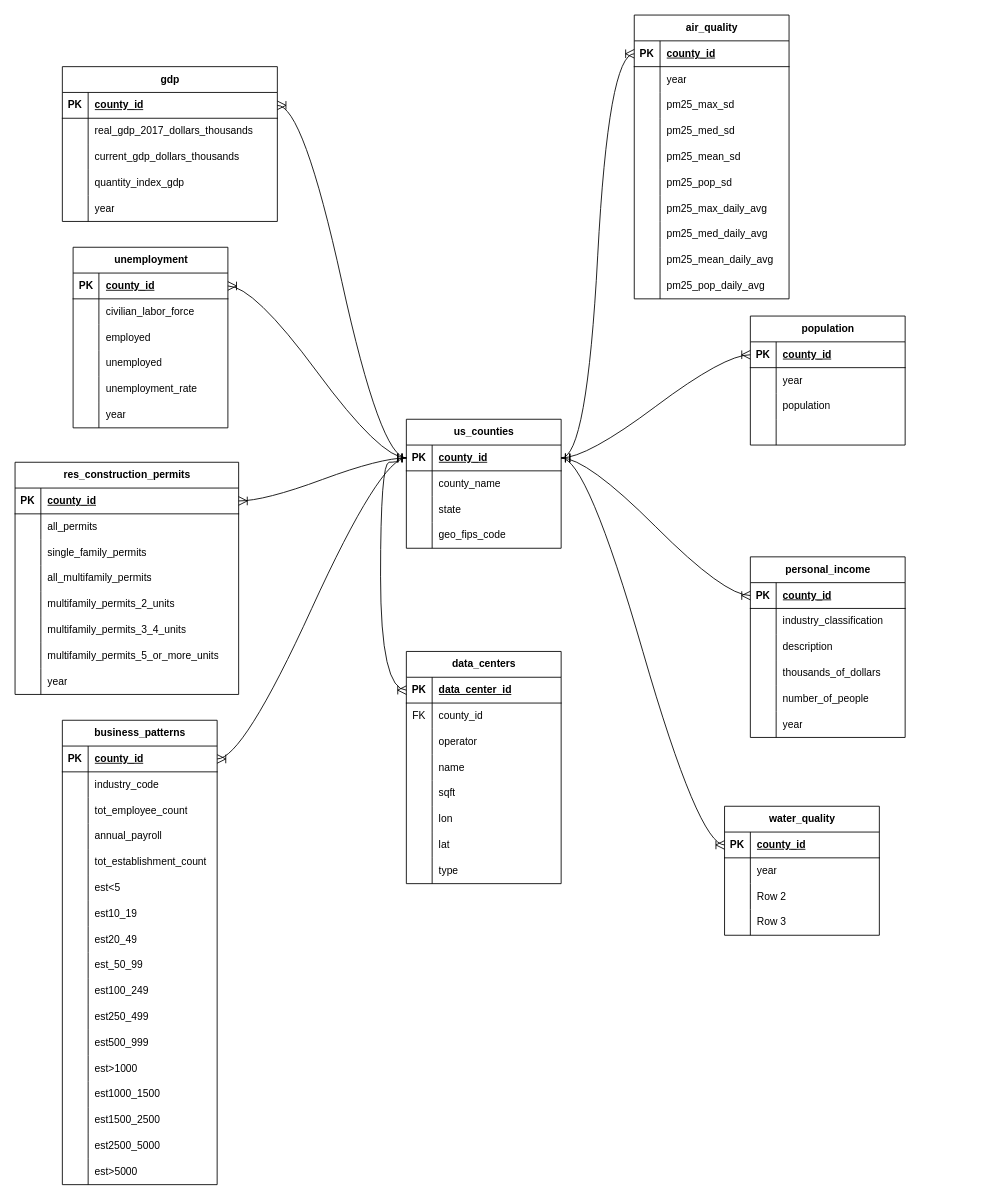
This is db_documentation/capstone_db_erd.drawio from LoganRosell/local-economic-impact-of-data-centers-workbook, a draw.io file, before an edit. Source tidied: cells renumbered, new cells numbered last; positions are measured from the earlier drawing's top-left corner, leaving out a move shared by most shapes. Both pictures are drawn from the tidied source at 86%, with x=0, y=0 at pixel (15, 15).
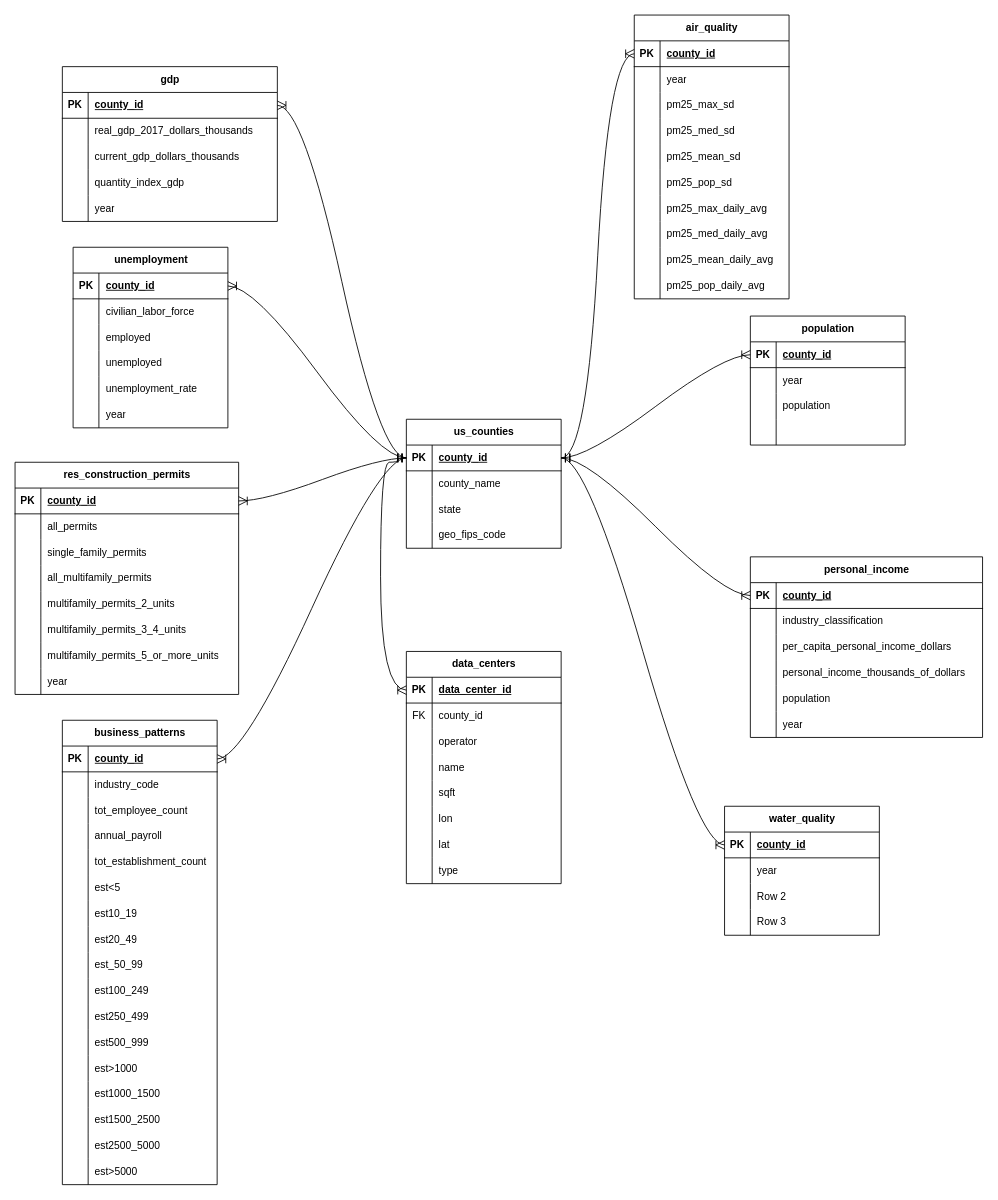
The same diagram, later.

Commit message:
chore: update personal_income table in ERD

What changed in the source:
```diff
@@
     <mxCell id="28" value="personal_income" style="shape=table;startSize=30;childLayout=tableLayout;rowLines=0;fontStyle=1;align=center;html=1;" parent="1" vertex="1">
-      <mxGeometry x="855" y="630" width="180" height="210" as="geometry" />
+      <mxGeometry x="855" y="630" width="270" height="210" as="geometry" />
     </mxCell>
     <mxCell id="29" style="shape=tableRow;horizontal=0;startSize=0;swimlaneHead=0;swimlaneBody=0;fillColor=none;points=[[0,0.5],[1,0.5]];portConstraint=eastwest;top=0;left=0;right=0;bottom=1;" parent="28" vertex="1">
-      <mxGeometry y="30" width="180" height="30" as="geometry" />
+      <mxGeometry y="30" width="270" height="30" as="geometry" />
     </mxCell>
@@
     <mxCell id="31" value="county_id" style="shape=partialRectangle;fillColor=none;top=0;left=0;bottom=0;right=0;align=left;spacingLeft=6;fontStyle=5;overflow=hidden;whiteSpace=wrap;html=1;" parent="29" vertex="1">
-      <mxGeometry x="30" width="150" height="30" as="geometry" />
+      <mxGeometry x="30" width="240" height="30" as="geometry" />
     </mxCell>
     <mxCell id="32" style="shape=tableRow;horizontal=0;startSize=0;swimlaneHead=0;swimlaneBody=0;fillColor=none;top=0;left=0;right=0;bottom=0;" parent="28" vertex="1">
-      <mxGeometry y="60" width="180" height="30" as="geometry" />
+      <mxGeometry y="60" width="270" height="30" as="geometry" />
     </mxCell>
@@
     <mxCell id="34" value="industry_classification" style="shape=partialRectangle;fillColor=none;top=0;left=0;bottom=0;right=0;align=left;spacingLeft=6;overflow=hidden;whiteSpace=wrap;html=1;" parent="32" vertex="1">
-      <mxGeometry x="30" width="150" height="30" as="geometry" />
+      <mxGeometry x="30" width="240" height="30" as="geometry" />
     </mxCell>
     <mxCell id="35" style="shape=tableRow;horizontal=0;startSize=0;swimlaneHead=0;swimlaneBody=0;fillColor=none;top=0;left=0;right=0;bottom=0;" parent="28" vertex="1">
-      <mxGeometry y="90" width="180" height="30" as="geometry" />
+      <mxGeometry y="90" width="270" height="30" as="geometry" />
     </mxCell>
@@
-    <mxCell id="37" value="description" style="shape=partialRectangle;fillColor=none;top=0;left=0;bottom=0;right=0;align=left;spacingLeft=6;overflow=hidden;whiteSpace=wrap;html=1;" parent="35" vertex="1">
-      <mxGeometry x="30" width="150" height="30" as="geometry" />
+    <mxCell id="37" value="per_capita_personal_income_dollars" style="shape=partialRectangle;fillColor=none;top=0;left=0;bottom=0;right=0;align=left;spacingLeft=6;overflow=hidden;whiteSpace=wrap;html=1;" parent="35" vertex="1">
+      <mxGeometry x="30" width="240" height="30" as="geometry" />
     </mxCell>
     <mxCell id="38" style="shape=tableRow;horizontal=0;startSize=0;swimlaneHead=0;swimlaneBody=0;fillColor=none;top=0;left=0;right=0;bottom=0;" parent="28" vertex="1">
-      <mxGeometry y="120" width="180" height="30" as="geometry" />
+      <mxGeometry y="120" width="270" height="30" as="geometry" />
     </mxCell>
@@
-    <mxCell id="40" value="thousands_of_dollars" style="shape=partialRectangle;fillColor=none;top=0;left=0;bottom=0;right=0;align=left;spacingLeft=6;overflow=hidden;whiteSpace=wrap;html=1;" parent="38" vertex="1">
-      <mxGeometry x="30" width="150" height="30" as="geometry" />
+    <mxCell id="40" value="personal_income_thousands_of_dollars" style="shape=partialRectangle;fillColor=none;top=0;left=0;bottom=0;right=0;align=left;spacingLeft=6;overflow=hidden;whiteSpace=wrap;html=1;" parent="38" vertex="1">
+      <mxGeometry x="30" width="240" height="30" as="geometry" />
     </mxCell>
     <mxCell id="41" style="shape=tableRow;horizontal=0;startSize=0;swimlaneHead=0;swimlaneBody=0;fillColor=none;top=0;left=0;right=0;bottom=0;" parent="28" vertex="1">
-      <mxGeometry y="150" width="180" height="30" as="geometry" />
+      <mxGeometry y="150" width="270" height="30" as="geometry" />
     </mxCell>
@@
-    <mxCell id="43" value="number_of_people" style="shape=partialRectangle;fillColor=none;top=0;left=0;bottom=0;right=0;align=left;spacingLeft=6;overflow=hidden;whiteSpace=wrap;html=1;" parent="41" vertex="1">
-      <mxGeometry x="30" width="150" height="30" as="geometry" />
+    <mxCell id="43" value="population" style="shape=partialRectangle;fillColor=none;top=0;left=0;bottom=0;right=0;align=left;spacingLeft=6;overflow=hidden;whiteSpace=wrap;html=1;" parent="41" vertex="1">
+      <mxGeometry x="30" width="240" height="30" as="geometry" />
     </mxCell>
     <mxCell id="44" style="shape=tableRow;horizontal=0;startSize=0;swimlaneHead=0;swimlaneBody=0;fillColor=none;top=0;left=0;right=0;bottom=0;" parent="28" vertex="1">
-      <mxGeometry y="180" width="180" height="30" as="geometry" />
+      <mxGeometry y="180" width="270" height="30" as="geometry" />
     </mxCell>
@@
     <mxCell id="46" value="year" style="shape=partialRectangle;fillColor=none;top=0;left=0;bottom=0;right=0;align=left;spacingLeft=6;overflow=hidden;whiteSpace=wrap;html=1;" parent="44" vertex="1">
-      <mxGeometry x="30" width="150" height="30" as="geometry" />
+      <mxGeometry x="30" width="240" height="30" as="geometry" />
     </mxCell>
```
